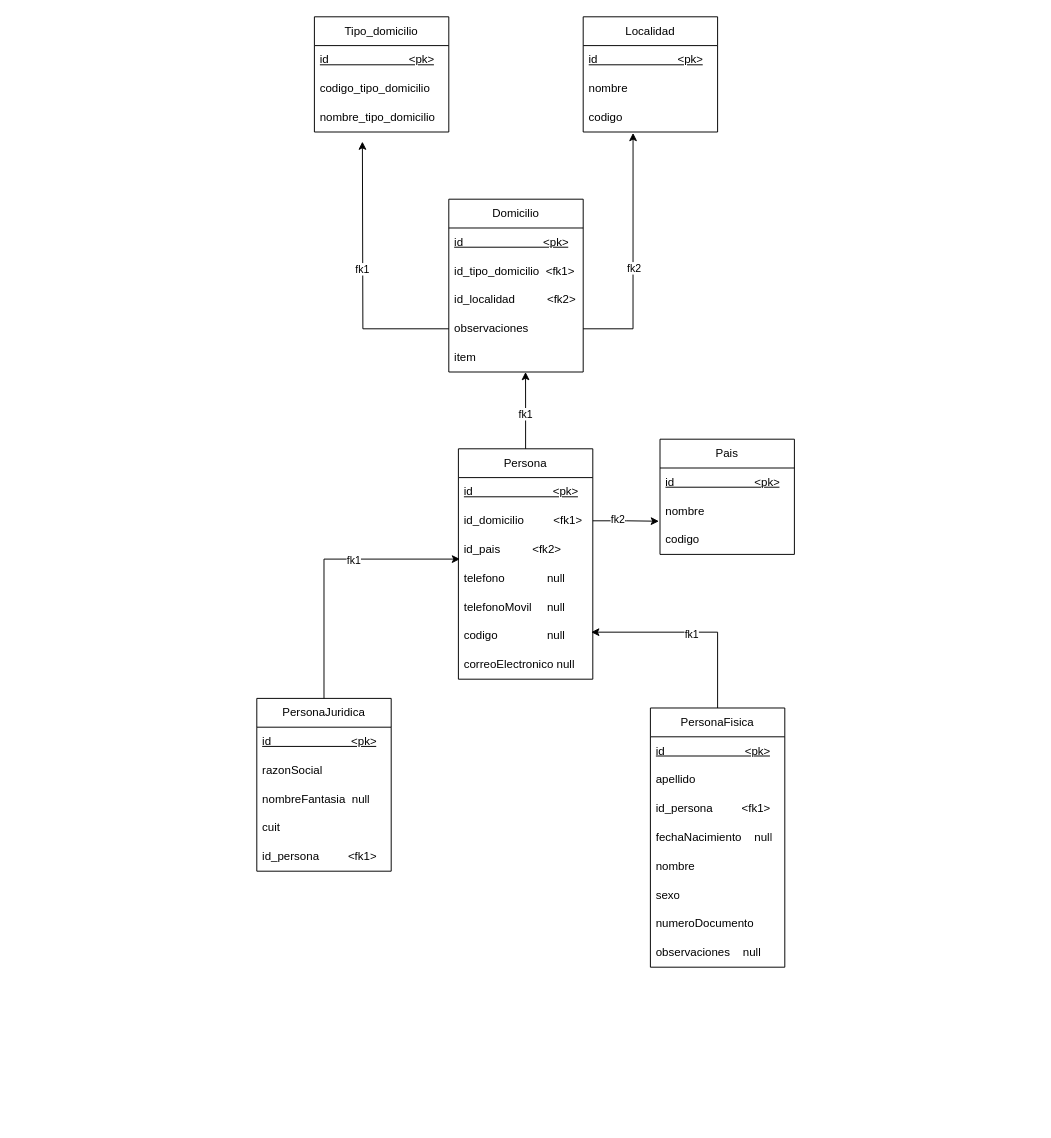
This is UmlFisico/Practicas/Practica4_clases.drawio from Logan6422/UMLDiagrams, a draw.io file, before an edit. Source tidied: cells renumbered, new cells numbered last; positions are measured from the earlier drawing's top-left corner, leaving out a move shared by most shapes. Both pictures are drawn from the tidied source at 96%, with x=0, y=0 at pixel (256, 16).
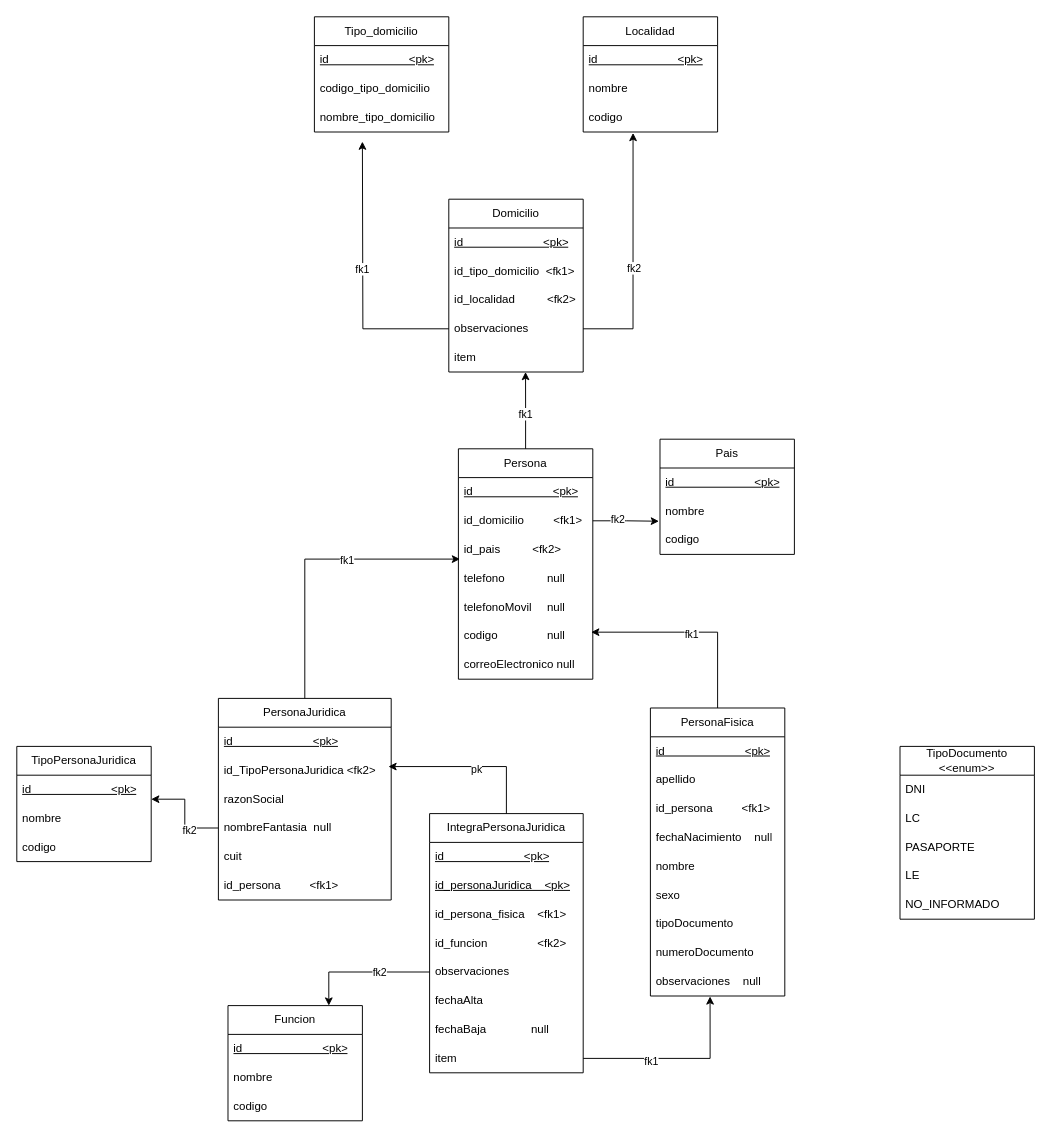
Above is the later version.

Change to the diagram source:
```diff
@@
     <mxCell id="36" value="PersonaJuridica" style="swimlane;fontStyle=0;horizontal=1;startSize=30;whiteSpace=wrap;html=1;" parent="1" vertex="1">
-      <mxGeometry y="710" width="140" height="180" as="geometry" />
+      <mxGeometry x="-40" y="710" width="180" height="210" as="geometry" />
     </mxCell>
     <mxCell id="37" value="&lt;u&gt;id&amp;nbsp;&amp;nbsp;&amp;nbsp;&amp;nbsp;&amp;nbsp;&amp;nbsp;&amp;nbsp;&amp;nbsp;&amp;nbsp;&amp;nbsp;&amp;nbsp;&amp;nbsp;&amp;nbsp;&amp;nbsp;&amp;nbsp;&amp;nbsp;&amp;nbsp;&amp;nbsp;&amp;nbsp;&amp;nbsp;&amp;nbsp;&amp;nbsp;&amp;nbsp;&amp;nbsp; &amp;lt;pk&amp;gt;&lt;/u&gt;" style="text;strokeColor=none;fillColor=none;align=left;verticalAlign=middle;spacingLeft=4;spacingRight=4;overflow=hidden;whiteSpace=wrap;html=1;" parent="36" vertex="1">
-      <mxGeometry y="30" width="140" height="30" as="geometry" />
+      <mxGeometry y="30" width="180" height="30" as="geometry" />
     </mxCell>
+    <mxCell id="55" value="id_TipoPersonaJuridica &amp;lt;fk2&amp;gt;" style="text;strokeColor=none;fillColor=none;align=left;verticalAlign=middle;spacingLeft=4;spacingRight=4;overflow=hidden;points=[[0,0.5],[1,0.5]];portConstraint=eastwest;whiteSpace=wrap;html=1;" parent="36" vertex="1">
+      <mxGeometry y="60" width="180" height="30" as="geometry" />
+    </mxCell>
     <mxCell id="38" value="razonSocial" style="text;strokeColor=none;fillColor=none;align=left;verticalAlign=middle;spacingLeft=4;spacingRight=4;overflow=hidden;whiteSpace=wrap;html=1;" parent="36" vertex="1">
-      <mxGeometry y="60" width="140" height="30" as="geometry" />
+      <mxGeometry y="90" width="180" height="30" as="geometry" />
     </mxCell>
     <mxCell id="39" value="nombreFantasia&amp;nbsp; null" style="text;strokeColor=none;fillColor=none;align=left;verticalAlign=middle;spacingLeft=4;spacingRight=4;overflow=hidden;points=[[0,0.5],[1,0.5]];portConstraint=eastwest;whiteSpace=wrap;html=1;" parent="36" vertex="1">
-      <mxGeometry y="90" width="140" height="30" as="geometry" />
+      <mxGeometry y="120" width="180" height="30" as="geometry" />
     </mxCell>
     <mxCell id="40" value="cuit" style="text;strokeColor=none;fillColor=none;align=left;verticalAlign=middle;spacingLeft=4;spacingRight=4;overflow=hidden;whiteSpace=wrap;html=1;" parent="36" vertex="1">
-      <mxGeometry y="120" width="140" height="30" as="geometry" />
+      <mxGeometry y="150" width="180" height="30" as="geometry" />
     </mxCell>
     <mxCell id="41" value="id_persona&amp;nbsp;&amp;nbsp;&amp;nbsp;&amp;nbsp;&amp;nbsp;&amp;nbsp;&amp;nbsp;&amp;nbsp; &amp;lt;fk1&amp;gt;" style="text;strokeColor=none;fillColor=none;align=left;verticalAlign=middle;spacingLeft=4;spacingRight=4;overflow=hidden;whiteSpace=wrap;html=1;" parent="36" vertex="1">
-      <mxGeometry y="150" width="140" height="30" as="geometry" />
+      <mxGeometry y="180" width="180" height="30" as="geometry" />
     </mxCell>
@@
     <mxCell id="44" value="PersonaFisica" style="swimlane;fontStyle=0;horizontal=1;startSize=30;whiteSpace=wrap;html=1;" parent="1" vertex="1">
-      <mxGeometry x="410" y="720" width="140" height="270" as="geometry" />
+      <mxGeometry x="410" y="720" width="140" height="300" as="geometry" />
     </mxCell>
@@
+    <mxCell id="56" value="tipoDocumento" style="text;strokeColor=none;fillColor=none;align=left;verticalAlign=middle;spacingLeft=4;spacingRight=4;overflow=hidden;whiteSpace=wrap;html=1;" parent="44" vertex="1">
+      <mxGeometry y="210" width="140" height="30" as="geometry" />
+    </mxCell>
     <mxCell id="51" value="numeroDocumento" style="text;strokeColor=none;fillColor=none;align=left;verticalAlign=middle;spacingLeft=4;spacingRight=4;overflow=hidden;whiteSpace=wrap;html=1;" parent="44" vertex="1">
-      <mxGeometry y="210" width="140" height="30" as="geometry" />
+      <mxGeometry y="240" width="140" height="30" as="geometry" />
     </mxCell>
     <mxCell id="52" value="observaciones&amp;nbsp;&amp;nbsp;&amp;nbsp; null" style="text;strokeColor=none;fillColor=none;align=left;verticalAlign=middle;spacingLeft=4;spacingRight=4;overflow=hidden;points=[[0,0.5],[1,0.5]];portConstraint=eastwest;whiteSpace=wrap;html=1;" parent="44" vertex="1">
-      <mxGeometry y="240" width="140" height="30" as="geometry" />
+      <mxGeometry y="270" width="140" height="30" as="geometry" />
     </mxCell>
@@
+    <mxCell id="57" value="TipoPersonaJuridica" style="swimlane;fontStyle=0;horizontal=1;startSize=30;whiteSpace=wrap;html=1;" parent="1" vertex="1">
+      <mxGeometry x="-250" y="760" width="140" height="120" as="geometry" />
+    </mxCell>
+    <mxCell id="58" value="&lt;u&gt;id&amp;nbsp;&amp;nbsp;&amp;nbsp;&amp;nbsp;&amp;nbsp;&amp;nbsp;&amp;nbsp;&amp;nbsp;&amp;nbsp;&amp;nbsp;&amp;nbsp;&amp;nbsp;&amp;nbsp;&amp;nbsp;&amp;nbsp;&amp;nbsp;&amp;nbsp;&amp;nbsp;&amp;nbsp;&amp;nbsp;&amp;nbsp;&amp;nbsp;&amp;nbsp;&amp;nbsp; &amp;lt;pk&amp;gt;&lt;/u&gt;" style="text;strokeColor=none;fillColor=none;align=left;verticalAlign=middle;spacingLeft=4;spacingRight=4;overflow=hidden;points=[[0,0.5],[1,0.5]];portConstraint=eastwest;whiteSpace=wrap;html=1;" parent="57" vertex="1">
+      <mxGeometry y="30" width="140" height="30" as="geometry" />
+    </mxCell>
+    <mxCell id="59" value="nombre" style="text;strokeColor=none;fillColor=none;align=left;verticalAlign=middle;spacingLeft=4;spacingRight=4;overflow=hidden;whiteSpace=wrap;html=1;" parent="57" vertex="1">
+      <mxGeometry y="60" width="140" height="30" as="geometry" />
+    </mxCell>
+    <mxCell id="60" value="codigo" style="text;strokeColor=none;fillColor=none;align=left;verticalAlign=middle;spacingLeft=4;spacingRight=4;overflow=hidden;whiteSpace=wrap;html=1;" parent="57" vertex="1">
+      <mxGeometry y="90" width="140" height="30" as="geometry" />
+    </mxCell>
+    <mxCell id="61" style="edgeStyle=orthogonalEdgeStyle;rounded=0;jettySize=auto;html=1;entryX=1;entryY=0.833;entryDx=0;entryDy=0;entryPerimeter=0;" parent="1" edge="1" source="39" target="58">
+      <mxGeometry relative="1" as="geometry" />
+    </mxCell>
+    <mxCell id="62" value="fk2" style="edgeLabel;html=1;align=center;verticalAlign=middle;" parent="61" vertex="1">
+      <mxGeometry x="-0.38" y="2" relative="1" as="geometry" />
+    </mxCell>
+    <mxCell id="63" value="IntegraPersonaJuridica" style="swimlane;fontStyle=0;horizontal=1;startSize=30;whiteSpace=wrap;html=1;" parent="1" vertex="1">
+      <mxGeometry x="180" y="830" width="160" height="270" as="geometry" />
+    </mxCell>
+    <mxCell id="64" value="&lt;u&gt;id&amp;nbsp;&amp;nbsp;&amp;nbsp;&amp;nbsp;&amp;nbsp;&amp;nbsp;&amp;nbsp;&amp;nbsp;&amp;nbsp;&amp;nbsp;&amp;nbsp;&amp;nbsp;&amp;nbsp;&amp;nbsp;&amp;nbsp;&amp;nbsp;&amp;nbsp;&amp;nbsp;&amp;nbsp;&amp;nbsp;&amp;nbsp;&amp;nbsp;&amp;nbsp;&amp;nbsp; &amp;lt;pk&amp;gt;&lt;/u&gt;" style="text;strokeColor=none;fillColor=none;align=left;verticalAlign=middle;spacingLeft=4;spacingRight=4;overflow=hidden;whiteSpace=wrap;html=1;" parent="63" vertex="1">
+      <mxGeometry y="30" width="160" height="30" as="geometry" />
+    </mxCell>
+    <mxCell id="65" value="&lt;u&gt;id_personaJuridica&amp;nbsp;&amp;nbsp;&amp;nbsp; &amp;lt;pk&amp;gt;&lt;/u&gt;" style="text;strokeColor=none;fillColor=none;align=left;verticalAlign=middle;spacingLeft=4;spacingRight=4;overflow=hidden;whiteSpace=wrap;html=1;" parent="63" vertex="1">
+      <mxGeometry y="60" width="160" height="30" as="geometry" />
+    </mxCell>
+    <mxCell id="66" value="id_persona_fisica&amp;nbsp;&amp;nbsp;&amp;nbsp; &amp;lt;fk1&amp;gt;" style="text;strokeColor=none;fillColor=none;align=left;verticalAlign=middle;spacingLeft=4;spacingRight=4;overflow=hidden;whiteSpace=wrap;html=1;" parent="63" vertex="1">
+      <mxGeometry y="90" width="160" height="30" as="geometry" />
+    </mxCell>
+    <mxCell id="67" value="id_funcion&lt;span style=&quot;white-space: pre;&quot;&gt;&#9;&lt;/span&gt;&lt;span style=&quot;white-space: pre;&quot;&gt;&#9;&lt;/span&gt;&amp;lt;fk2&amp;gt;" style="text;strokeColor=none;fillColor=none;align=left;verticalAlign=middle;spacingLeft=4;spacingRight=4;overflow=hidden;whiteSpace=wrap;html=1;" parent="63" vertex="1">
+      <mxGeometry y="120" width="160" height="30" as="geometry" />
+    </mxCell>
+    <mxCell id="68" value="observaciones" style="text;strokeColor=none;fillColor=none;align=left;verticalAlign=middle;spacingLeft=4;spacingRight=4;overflow=hidden;points=[[0,0.5],[1,0.5]];portConstraint=eastwest;whiteSpace=wrap;html=1;" parent="63" vertex="1">
+      <mxGeometry y="150" width="160" height="30" as="geometry" />
+    </mxCell>
+    <mxCell id="69" value="fechaAlta" style="text;strokeColor=none;fillColor=none;align=left;verticalAlign=middle;spacingLeft=4;spacingRight=4;overflow=hidden;whiteSpace=wrap;html=1;" parent="63" vertex="1">
+      <mxGeometry y="180" width="160" height="30" as="geometry" />
+    </mxCell>
+    <mxCell id="70" value="fechaBaja&amp;nbsp;&amp;nbsp;&amp;nbsp;&amp;nbsp;&amp;nbsp;&amp;nbsp;&amp;nbsp;&amp;nbsp;&amp;nbsp;&amp;nbsp;&amp;nbsp;&amp;nbsp;&amp;nbsp; null" style="text;strokeColor=none;fillColor=none;align=left;verticalAlign=middle;spacingLeft=4;spacingRight=4;overflow=hidden;whiteSpace=wrap;html=1;" parent="63" vertex="1">
+      <mxGeometry y="210" width="160" height="30" as="geometry" />
+    </mxCell>
+    <mxCell id="71" value="item" style="text;strokeColor=none;fillColor=none;align=left;verticalAlign=middle;spacingLeft=4;spacingRight=4;overflow=hidden;points=[[0,0.5],[1,0.5]];portConstraint=eastwest;whiteSpace=wrap;html=1;" parent="63" vertex="1">
+      <mxGeometry y="240" width="160" height="30" as="geometry" />
+    </mxCell>
+    <mxCell id="72" style="edgeStyle=orthogonalEdgeStyle;rounded=0;jettySize=auto;html=1;entryX=0.984;entryY=0.367;entryDx=0;entryDy=0;entryPerimeter=0;" parent="1" edge="1" source="63" target="55">
+      <mxGeometry relative="1" as="geometry" />
+    </mxCell>
+    <mxCell id="73" value="pk" style="edgeLabel;html=1;align=center;verticalAlign=middle;" parent="72" vertex="1">
+      <mxGeometry x="-0.06" y="2" relative="1" as="geometry" />
+    </mxCell>
+    <mxCell id="74" style="edgeStyle=orthogonalEdgeStyle;rounded=0;jettySize=auto;html=1;entryX=0.444;entryY=1.015;entryDx=0;entryDy=0;entryPerimeter=0;" parent="1" edge="1" source="71" target="52">
+      <mxGeometry relative="1" as="geometry" />
+    </mxCell>
+    <mxCell id="75" value="fk1" style="edgeLabel;html=1;align=center;verticalAlign=middle;" parent="74" vertex="1">
+      <mxGeometry x="-0.29" y="-2" relative="1" as="geometry" />
+    </mxCell>
+    <mxCell id="76" value="Funcion" style="swimlane;fontStyle=0;horizontal=1;startSize=30;whiteSpace=wrap;html=1;" parent="1" vertex="1">
+      <mxGeometry x="-30" y="1030" width="140" height="120" as="geometry" />
+    </mxCell>
+    <mxCell id="77" value="&lt;u&gt;id&amp;nbsp;&amp;nbsp;&amp;nbsp;&amp;nbsp;&amp;nbsp;&amp;nbsp;&amp;nbsp;&amp;nbsp;&amp;nbsp;&amp;nbsp;&amp;nbsp;&amp;nbsp;&amp;nbsp;&amp;nbsp;&amp;nbsp;&amp;nbsp;&amp;nbsp;&amp;nbsp;&amp;nbsp;&amp;nbsp;&amp;nbsp;&amp;nbsp;&amp;nbsp;&amp;nbsp; &amp;lt;pk&amp;gt;&lt;/u&gt;" style="text;strokeColor=none;fillColor=none;align=left;verticalAlign=middle;spacingLeft=4;spacingRight=4;overflow=hidden;whiteSpace=wrap;html=1;" parent="76" vertex="1">
+      <mxGeometry y="30" width="140" height="30" as="geometry" />
+    </mxCell>
+    <mxCell id="78" value="nombre" style="text;strokeColor=none;fillColor=none;align=left;verticalAlign=middle;spacingLeft=4;spacingRight=4;overflow=hidden;whiteSpace=wrap;html=1;" parent="76" vertex="1">
+      <mxGeometry y="60" width="140" height="30" as="geometry" />
+    </mxCell>
+    <mxCell id="79" value="codigo" style="text;strokeColor=none;fillColor=none;align=left;verticalAlign=middle;spacingLeft=4;spacingRight=4;overflow=hidden;whiteSpace=wrap;html=1;" parent="76" vertex="1">
+      <mxGeometry y="90" width="140" height="30" as="geometry" />
+    </mxCell>
+    <mxCell id="80" style="edgeStyle=orthogonalEdgeStyle;rounded=0;jettySize=auto;html=1;entryX=0.75;entryY=0;entryDx=0;entryDy=0;" parent="1" edge="1" source="68" target="76">
+      <mxGeometry relative="1" as="geometry" />
+    </mxCell>
+    <mxCell id="81" value="fk2" style="edgeLabel;html=1;align=center;verticalAlign=middle;" parent="80" vertex="1">
+      <mxGeometry x="-0.25" relative="1" as="geometry" />
+    </mxCell>
+    <mxCell id="82" value="TipoDocumento &amp;lt;&amp;lt;enum&amp;gt;&amp;gt;" style="swimlane;fontStyle=0;horizontal=1;startSize=30;whiteSpace=wrap;html=1;" parent="1" vertex="1">
+      <mxGeometry x="670" y="760" width="140" height="180" as="geometry" />
+    </mxCell>
+    <mxCell id="83" value="DNI" style="text;strokeColor=none;fillColor=none;align=left;verticalAlign=middle;spacingLeft=4;spacingRight=4;overflow=hidden;whiteSpace=wrap;html=1;" parent="82" vertex="1">
+      <mxGeometry y="30" width="140" height="30" as="geometry" />
+    </mxCell>
+    <mxCell id="84" value="LC" style="text;strokeColor=none;fillColor=none;align=left;verticalAlign=middle;spacingLeft=4;spacingRight=4;overflow=hidden;whiteSpace=wrap;html=1;" parent="82" vertex="1">
+      <mxGeometry y="60" width="140" height="30" as="geometry" />
+    </mxCell>
+    <mxCell id="85" value="PASAPORTE" style="text;strokeColor=none;fillColor=none;align=left;verticalAlign=middle;spacingLeft=4;spacingRight=4;overflow=hidden;whiteSpace=wrap;html=1;" parent="82" vertex="1">
+      <mxGeometry y="90" width="140" height="30" as="geometry" />
+    </mxCell>
+    <mxCell id="86" value="LE" style="text;strokeColor=none;fillColor=none;align=left;verticalAlign=middle;spacingLeft=4;spacingRight=4;overflow=hidden;whiteSpace=wrap;html=1;" parent="82" vertex="1">
+      <mxGeometry y="120" width="140" height="30" as="geometry" />
+    </mxCell>
+    <mxCell id="87" value="NO_INFORMADO" style="text;strokeColor=none;fillColor=none;align=left;verticalAlign=middle;spacingLeft=4;spacingRight=4;overflow=hidden;whiteSpace=wrap;html=1;" parent="82" vertex="1">
+      <mxGeometry y="150" width="140" height="30" as="geometry" />
+    </mxCell>
```
